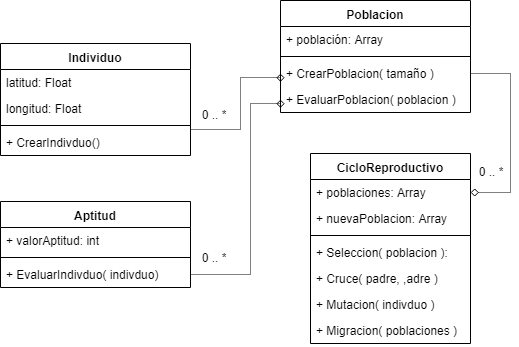
Earlier version of the draw.io export Imagenes/DiagramaClases-GA.png (Danielh002/GeneticAlgorithm). Source tidied: cells renumbered, new cells last; positions are measured from the earlier drawing's top-left corner, leaving out a move shared by most shapes.
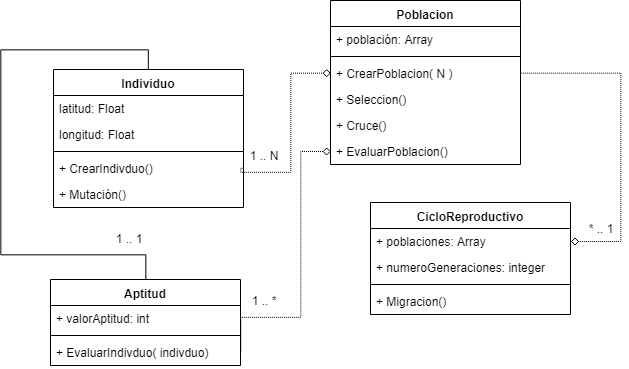
The same diagram one commit later.

Diff of the diagram source:
```diff
@@ -3,7 +3,7 @@
     <mxCell id="0" />
     <mxCell id="1" parent="0" />
     <mxCell id="2" value="Individuo" style="swimlane;fontStyle=1;align=center;verticalAlign=top;horizontal=1;startSize=26;" parent="1" vertex="1">
-      <mxGeometry y="43" width="190" height="112" as="geometry" />
+      <mxGeometry x="3" y="26" width="190" height="138" as="geometry" />
     </mxCell>
     <mxCell id="3" value="latitud: Float&#10;" style="text;strokeColor=none;fillColor=none;align=left;verticalAlign=top;spacingLeft=4;spacingRight=4;overflow=hidden;" parent="2" vertex="1">
       <mxGeometry y="26" width="190" height="26" as="geometry" />
@@ -17,8 +17,11 @@
     <mxCell id="6" value="+ CrearIndivduo()" style="text;strokeColor=none;fillColor=none;align=left;verticalAlign=top;spacingLeft=4;spacingRight=4;overflow=hidden;points=[[0,0.5],[1,0.5]];portConstraint=eastwest;" parent="2" vertex="1">
       <mxGeometry y="86" width="190" height="26" as="geometry" />
     </mxCell>
+    <mxCell id="30" value="+ Mutación()" style="text;strokeColor=none;fillColor=none;align=left;verticalAlign=top;spacingLeft=4;spacingRight=4;overflow=hidden;" parent="2" vertex="1">
+      <mxGeometry y="112" width="190" height="26" as="geometry" />
+    </mxCell>
     <mxCell id="7" value="Poblacion" style="swimlane;fontStyle=1;align=center;verticalAlign=top;horizontal=1;startSize=26;" parent="1" vertex="1">
-      <mxGeometry x="280" width="190" height="112" as="geometry" />
+      <mxGeometry x="280" y="-43" width="190" height="164" as="geometry" />
     </mxCell>
     <mxCell id="8" value="+ población: Array" style="text;strokeColor=none;fillColor=none;align=left;verticalAlign=top;spacingLeft=4;spacingRight=4;overflow=hidden;" parent="7" vertex="1">
       <mxGeometry y="26" width="190" height="26" as="geometry" />
@@ -26,25 +29,42 @@
     <mxCell id="9" style="line;strokeWidth=1;fillColor=none;align=left;verticalAlign=middle;spacingTop=-1;spacingLeft=3;spacingRight=3;labelPosition=right;" parent="7" vertex="1">
       <mxGeometry y="52" width="190" height="8" as="geometry" />
     </mxCell>
-    <mxCell id="10" value="+ CrearPoblacion( tamaño )" style="text;strokeColor=none;fillColor=none;align=left;verticalAlign=top;spacingLeft=4;spacingRight=4;overflow=hidden;points=[[0,0.5],[1,0.5]];portConstraint=eastwest;" parent="7" vertex="1">
+    <mxCell id="10" value="+ CrearPoblacion( N )" style="text;strokeColor=none;fillColor=none;align=left;verticalAlign=top;spacingLeft=4;spacingRight=4;overflow=hidden;points=[[0,0.5],[1,0.5]];portConstraint=eastwest;" parent="7" vertex="1">
       <mxGeometry y="60" width="190" height="26" as="geometry" />
     </mxCell>
+    <mxCell id="31" value="+ Seleccion()" style="text;strokeColor=none;fillColor=none;align=left;verticalAlign=top;spacingLeft=4;spacingRight=4;overflow=hidden;" parent="7" vertex="1">
+      <mxGeometry y="86" width="190" height="26" as="geometry" />
+    </mxCell>
+    <mxCell id="32" value="+ Cruce()" style="text;strokeColor=none;fillColor=none;align=left;verticalAlign=top;spacingLeft=4;spacingRight=4;overflow=hidden;" parent="7" vertex="1">
+      <mxGeometry y="112" width="190" height="26" as="geometry" />
+    </mxCell>
-    <mxCell id="11" value="+ EvaluarPoblacion( poblacion ) " style="text;strokeColor=none;fillColor=none;align=left;verticalAlign=top;spacingLeft=4;spacingRight=4;overflow=hidden;points=[[0,0.5],[1,0.5]];portConstraint=eastwest;" parent="7" vertex="1">
-      <mxGeometry y="86" width="190" height="26" as="geometry" />
+    <mxCell id="11" value="+ EvaluarPoblacion() " style="text;strokeColor=none;fillColor=none;align=left;verticalAlign=top;spacingLeft=4;spacingRight=4;overflow=hidden;points=[[0,0.5],[1,0.5]];portConstraint=eastwest;" parent="7" vertex="1">
+      <mxGeometry y="138" width="190" height="26" as="geometry" />
     </mxCell>
     <mxCell id="12" style="edgeStyle=orthogonalEdgeStyle;rounded=0;jettySize=auto;html=1;exitX=1;exitY=0.5;exitDx=0;exitDy=0;entryX=0;entryY=0.5;entryDx=0;entryDy=0;dashed=1;dashPattern=1 1;endArrow=diamond;endFill=0;" parent="1" edge="1" source="6" target="10">
       <mxGeometry relative="1" as="geometry">
         <Array as="points">
+          <mxPoint x="190" y="129" />
           <mxPoint x="240" y="129" />
-          <mxPoint x="240" y="77" />
+          <mxPoint x="240" y="30" />
         </Array>
       </mxGeometry>
     </mxCell>
-    <mxCell id="13" value="0 .. *" style="text;html=1;strokeColor=none;fillColor=none;align=center;verticalAlign=middle;whiteSpace=wrap;rounded=0;" parent="1" vertex="1">
-      <mxGeometry x="193" y="104" width="40" height="20" as="geometry" />
+    <mxCell id="13" value="1 .. N" style="text;html=1;strokeColor=none;fillColor=none;align=center;verticalAlign=middle;whiteSpace=wrap;rounded=0;" parent="1" vertex="1">
+      <mxGeometry x="193" y="102" width="40" height="20" as="geometry" />
     </mxCell>
+    <mxCell id="33" style="edgeStyle=orthogonalEdgeStyle;rounded=0;jettySize=auto;html=1;exitX=0.5;exitY=0;exitDx=0;exitDy=0;entryX=0.5;entryY=0;entryDx=0;entryDy=0;endArrow=none;endFill=0;" parent="1" edge="1" source="14" target="2">
+      <mxGeometry relative="1" as="geometry">
+        <Array as="points">
+          <mxPoint x="95" y="211" />
+          <mxPoint x="-50" y="211" />
+          <mxPoint x="-50" y="6" />
+          <mxPoint x="98" y="6" />
+        </Array>
+      </mxGeometry>
+    </mxCell>
     <mxCell id="14" value="Aptitud" style="swimlane;fontStyle=1;align=center;verticalAlign=top;horizontal=1;startSize=26;" parent="1" vertex="1">
-      <mxGeometry y="201" width="190" height="86" as="geometry" />
+      <mxGeometry y="236" width="190" height="86" as="geometry" />
     </mxCell>
     <mxCell id="15" value="+ valorAptitud: int" style="text;strokeColor=none;fillColor=none;align=left;verticalAlign=top;spacingLeft=4;spacingRight=4;overflow=hidden;" parent="14" vertex="1">
       <mxGeometry y="26" width="190" height="26" as="geometry" />
@@ -58,49 +78,43 @@
     <mxCell id="18" style="edgeStyle=orthogonalEdgeStyle;rounded=0;jettySize=auto;html=1;exitX=1;exitY=0.5;exitDx=0;exitDy=0;entryX=0;entryY=0.5;entryDx=0;entryDy=0;dashed=1;dashPattern=1 1;endArrow=diamond;endFill=0;" parent="1" edge="1" source="17" target="11">
       <mxGeometry relative="1" as="geometry">
         <Array as="points">
+          <mxPoint x="190" y="274" />
           <mxPoint x="250" y="274" />
-          <mxPoint x="250" y="103" />
-          <mxPoint x="280" y="103" />
+          <mxPoint x="250" y="108" />
         </Array>
       </mxGeometry>
     </mxCell>
-    <mxCell id="19" value="0 .. *" style="text;html=1;strokeColor=none;fillColor=none;align=center;verticalAlign=middle;whiteSpace=wrap;rounded=0;" parent="1" vertex="1">
+    <mxCell id="19" value="1 .. *" style="text;html=1;strokeColor=none;fillColor=none;align=center;verticalAlign=middle;whiteSpace=wrap;rounded=0;" parent="1" vertex="1">
       <mxGeometry x="193" y="247" width="40" height="20" as="geometry" />
     </mxCell>
     <mxCell id="20" value="CicloReproductivo" style="swimlane;fontStyle=1;align=center;verticalAlign=top;horizontal=1;startSize=26;" parent="1" vertex="1">
-      <mxGeometry x="310" y="153" width="160" height="190" as="geometry" />
+      <mxGeometry x="320" y="159" width="200" height="112" as="geometry" />
     </mxCell>
     <mxCell id="21" value="+ poblaciones: Array" style="text;strokeColor=none;fillColor=none;align=left;verticalAlign=top;spacingLeft=4;spacingRight=4;overflow=hidden;points=[[0,0.5],[1,0.5]];portConstraint=eastwest;" parent="20" vertex="1">
-      <mxGeometry y="26" width="160" height="26" as="geometry" />
+      <mxGeometry y="26" width="200" height="26" as="geometry" />
     </mxCell>
-    <mxCell id="22" value="+ nuevaPoblacion: Array" style="text;strokeColor=none;fillColor=none;align=left;verticalAlign=top;spacingLeft=4;spacingRight=4;overflow=hidden;" parent="20" vertex="1">
-      <mxGeometry y="52" width="160" height="26" as="geometry" />
-    </mxCell>
+    <mxCell id="34" value="+ numeroGeneraciones: integer" style="text;strokeColor=none;fillColor=none;align=left;verticalAlign=top;spacingLeft=4;spacingRight=4;overflow=hidden;" parent="20" vertex="1">
+      <mxGeometry y="52" width="200" height="26" as="geometry" />
+    </mxCell>
     <mxCell id="23" style="line;strokeWidth=1;fillColor=none;align=left;verticalAlign=middle;spacingTop=-1;spacingLeft=3;spacingRight=3;labelPosition=right;" parent="20" vertex="1">
-      <mxGeometry y="78" width="160" height="8" as="geometry" />
+      <mxGeometry y="78" width="200" height="8" as="geometry" />
     </mxCell>
-    <mxCell id="24" value="+ Seleccion( poblacion ): &#10;&#10;" style="text;strokeColor=none;fillColor=none;align=left;verticalAlign=top;spacingLeft=4;spacingRight=4;overflow=hidden;" parent="20" vertex="1">
-      <mxGeometry y="86" width="160" height="26" as="geometry" />
-    </mxCell>
-    <mxCell id="25" value="+ Cruce( padre, ,adre )&#10;&#10;" style="text;strokeColor=none;fillColor=none;align=left;verticalAlign=top;spacingLeft=4;spacingRight=4;overflow=hidden;" parent="20" vertex="1">
-      <mxGeometry y="112" width="160" height="26" as="geometry" />
-    </mxCell>
-    <mxCell id="26" value="+ Mutacion( indivduo )&#10;&#10;" style="text;strokeColor=none;fillColor=none;align=left;verticalAlign=top;spacingLeft=4;spacingRight=4;overflow=hidden;" parent="20" vertex="1">
-      <mxGeometry y="138" width="160" height="26" as="geometry" />
-    </mxCell>
-    <mxCell id="27" value="+ Migracion( poblaciones )&#10;&#10;" style="text;strokeColor=none;fillColor=none;align=left;verticalAlign=top;spacingLeft=4;spacingRight=4;overflow=hidden;" parent="20" vertex="1">
-      <mxGeometry y="164" width="160" height="26" as="geometry" />
+    <mxCell id="27" value="+ Migracion()&#10;&#10;" style="text;strokeColor=none;fillColor=none;align=left;verticalAlign=top;spacingLeft=4;spacingRight=4;overflow=hidden;" parent="20" vertex="1">
+      <mxGeometry y="86" width="200" height="26" as="geometry" />
     </mxCell>
     <mxCell id="28" style="edgeStyle=orthogonalEdgeStyle;rounded=0;jettySize=auto;html=1;exitX=1;exitY=0.5;exitDx=0;exitDy=0;entryX=1;entryY=0.5;entryDx=0;entryDy=0;dashed=1;dashPattern=1 1;endArrow=diamond;endFill=0;" parent="1" edge="1" source="10" target="21">
       <mxGeometry relative="1" as="geometry">
         <Array as="points">
-          <mxPoint x="510" y="73" />
-          <mxPoint x="510" y="192" />
+          <mxPoint x="570" y="30" />
+          <mxPoint x="570" y="198" />
         </Array>
       </mxGeometry>
     </mxCell>
-    <mxCell id="29" value="0 .. *" style="text;html=1;strokeColor=none;fillColor=none;align=center;verticalAlign=middle;whiteSpace=wrap;rounded=0;" parent="1" vertex="1">
-      <mxGeometry x="470" y="161" width="40" height="20" as="geometry" />
+    <mxCell id="29" value="* .. 1" style="text;html=1;strokeColor=none;fillColor=none;align=center;verticalAlign=middle;whiteSpace=wrap;rounded=0;" parent="1" vertex="1">
+      <mxGeometry x="530" y="175" width="40" height="20" as="geometry" />
     </mxCell>
+    <mxCell id="35" value="1 .. 1" style="text;html=1;strokeColor=none;fillColor=none;align=center;verticalAlign=middle;whiteSpace=wrap;rounded=0;" parent="1" vertex="1">
+      <mxGeometry x="58" y="185" width="40" height="20" as="geometry" />
+    </mxCell>
   </root>
 </mxGraphModel>
```
